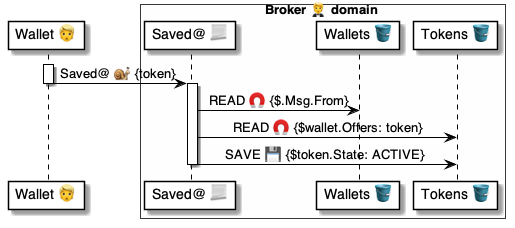
Earlier version of the PlantUML export 4 ⚙️ Solution/20 🧑‍🦰 UI/Brokers 🤵/🤵🅰️ Broker methods/Tokens 🎫 Saved 🧑‍🦰🐌🤵/🤵 Saved ⚙️ uml.png (pollyweb-org/pollyweb-docs). Its source is kept beside it as 4 ⚙️ Solution/20 🧑‍🦰 UI/Brokers 🤵/🤵🅰️ Broker methods/Tokens 🎫 Saved 🧑‍🦰🐌🤵/🤵 Saved ⚙️ uml.puml.
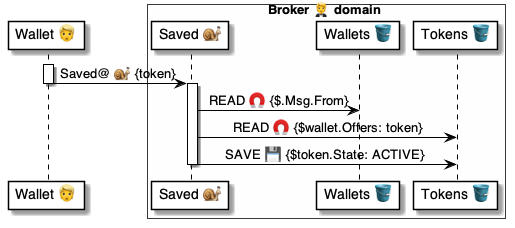
Later version of the same file.

Change to the diagram source:
```diff
@@ -3,7 +3,7 @@
 
 participant "Wallet 👱" as wallet
 box Broker 🤵 domain #FFFFFA
-    participant "Saved@ 📃" as broker
+    participant "Saved 🐌" as broker
     participant "Wallets 🪣" as wallets
     participant "Tokens 🪣" as tokens
 end box
```
